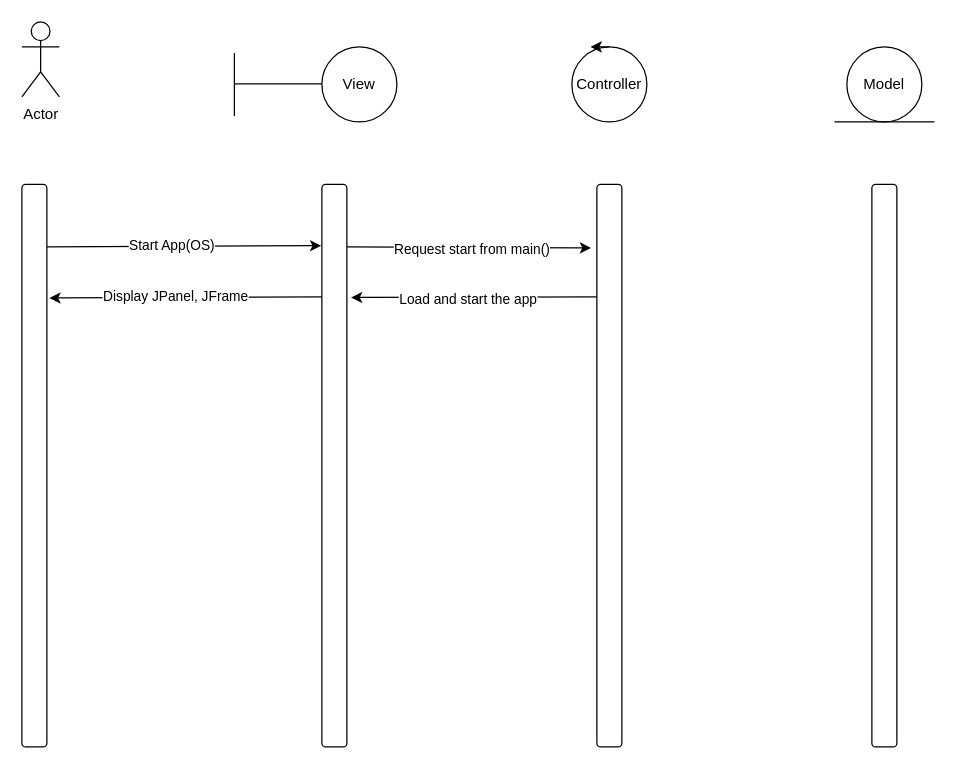
Above: UML-activity-diagram.drawio in Juutar/COMP20050SEP2-1 (draw.io), before the change. Source tidied: cells renumbered, new cells numbered last; positions are measured from the earlier drawing's top-left corner, leaving out a move shared by most shapes. Both pictures are drawn from the tidied source at 125%, with x=0, y=0 at pixel (21, 21).
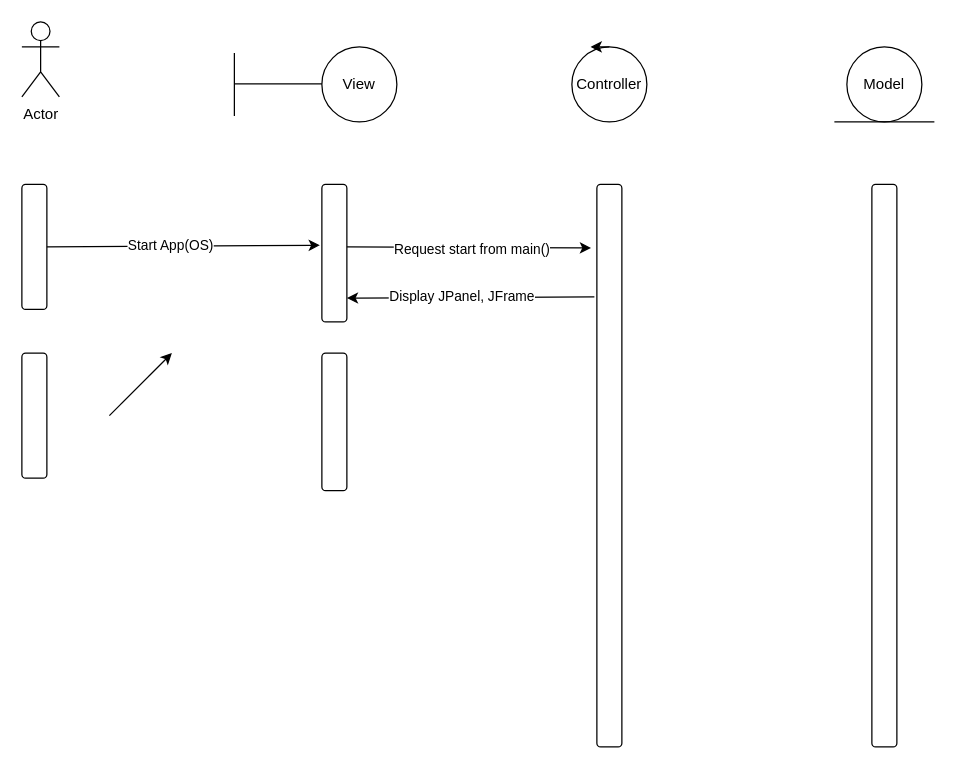
Above is the later version.

Change to the diagram source:
```diff
@@
     <mxCell id="10" style="rounded=1;whiteSpace=wrap;html=1;" parent="1" vertex="1">
-      <mxGeometry y="130" width="20" height="450" as="geometry" />
+      <mxGeometry y="130" width="20" height="100" as="geometry" />
     </mxCell>
     <mxCell id="11" style="rounded=1;whiteSpace=wrap;html=1;" parent="1" vertex="1">
-      <mxGeometry x="240" y="130" width="20" height="450" as="geometry" />
+      <mxGeometry x="240" y="130" width="20" height="110" as="geometry" />
     </mxCell>
@@
-    <mxCell id="14" style="endArrow=classic;html=1;rounded=0;entryX=-0.028;entryY=0.109;entryDx=0;entryDy=0;entryPerimeter=0;" parent="1" edge="1" target="11">
+    <mxCell id="14" style="endArrow=classic;html=1;rounded=0;entryX=-0.081;entryY=0.443;entryDx=0;entryDy=0;entryPerimeter=0;" parent="1" edge="1" target="11">
       <mxGeometry relative="1" as="geometry">
         <mxPoint x="20" y="180" as="sourcePoint" />
       </mxGeometry>
     </mxCell>
@@
-    <mxCell id="16" style="endArrow=classic;html=1;rounded=0;entryX=1.1;entryY=0.202;entryDx=0;entryDy=0;entryPerimeter=0;" parent="1" edge="1" target="10">
-      <mxGeometry relative="1" as="geometry">
-        <mxPoint x="240" y="220" as="sourcePoint" />
-      </mxGeometry>
-    </mxCell>
-    <mxCell id="17" value="Display JPanel, JFrame" style="edgeLabel;html=1;align=center;verticalAlign=middle;" parent="16" vertex="1">
-      <mxGeometry x="0.07" y="-1" relative="1" as="geometry" />
-    </mxCell>
@@
-    <mxCell id="20" style="endArrow=classic;html=1;rounded=0;entryX=1.167;entryY=0.201;entryDx=0;entryDy=0;entryPerimeter=0;" parent="1" edge="1" target="11">
-      <mxGeometry relative="1" as="geometry">
-        <mxPoint x="460" y="220" as="sourcePoint" />
-      </mxGeometry>
-    </mxCell>
-    <mxCell id="21" value="Load and start the app" style="edgeLabel;html=1;align=center;verticalAlign=middle;" parent="20" vertex="1">
-      <mxGeometry x="0.06" y="1" relative="1" as="geometry" />
-    </mxCell>
+    <mxCell id="22" style="endArrow=classic;html=1;rounded=0;" parent="1" edge="1">
+      <mxGeometry relative="1" as="geometry">
+        <mxPoint x="458" y="220" as="sourcePoint" />
+        <mxPoint x="260" y="221" as="targetPoint" />
+      </mxGeometry>
+    </mxCell>
+    <mxCell id="17" value="Display JPanel, JFrame" style="edgeLabel;html=1;align=center;verticalAlign=middle;" parent="22" vertex="1">
+      <mxGeometry x="0.07" y="-1" relative="1" as="geometry" />
+    </mxCell>
+    <mxCell id="23" style="rounded=1;whiteSpace=wrap;html=1;" parent="1" vertex="1">
+      <mxGeometry y="265" width="20" height="100" as="geometry" />
+    </mxCell>
+    <mxCell id="24" style="rounded=1;whiteSpace=wrap;html=1;" parent="1" vertex="1">
+      <mxGeometry x="240" y="265" width="20" height="110" as="geometry" />
+    </mxCell>
+    <mxCell id="25" style="endArrow=classic;html=1;rounded=0;" parent="1" edge="1">
+      <mxGeometry relative="1" as="geometry">
+        <mxPoint x="70" y="315" as="sourcePoint" />
+        <mxPoint x="120" y="265" as="targetPoint" />
+      </mxGeometry>
+    </mxCell>
```
